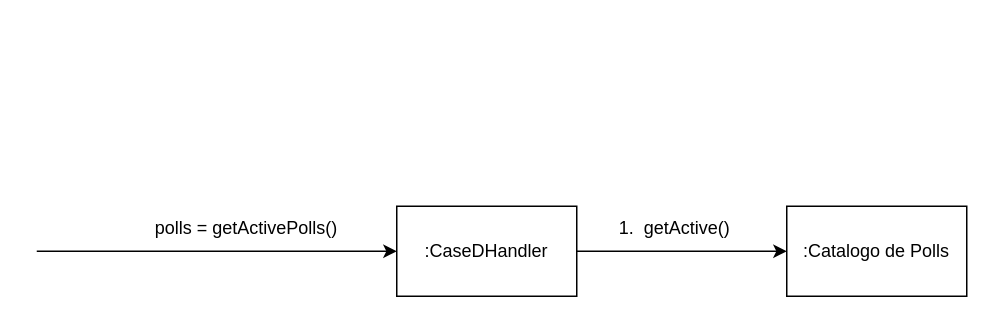
thiagottvd/democracia2 keeps this draw.io diagram as page "Page-1" (1 of 8) of docs/IDs.drawio. Above is the earlier version. Source tidied: cells renumbered, new cells numbered last; positions are measured from the earlier drawing's top-left corner, leaving out a move shared by most shapes. Both pictures are drawn from the tidied source at 150%, with x=0, y=0 at pixel (36, 206).
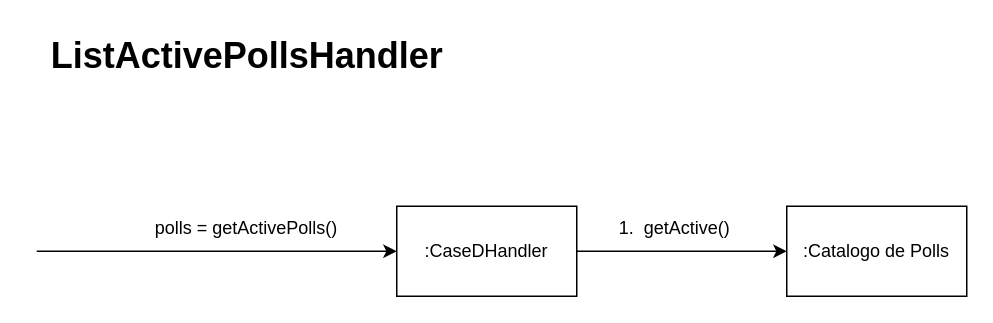
The same diagram, later.

What changed in the source:
```diff
@@
 <mxGraphModel>
   <root>
     <mxCell id="0" />
     <mxCell id="1" parent="0" />
     <mxCell id="2" style="edgeStyle=orthogonalEdgeStyle;rounded=0;jettySize=auto;html=1;endArrow=none;endFill=0;startArrow=classic;startFill=1;" parent="1" edge="1" source="4">
       <mxGeometry relative="1" as="geometry">
         <mxPoint y="30" as="targetPoint" />
       </mxGeometry>
     </mxCell>
     <mxCell id="3" style="edgeStyle=orthogonalEdgeStyle;rounded=0;jettySize=auto;html=1;entryX=0;entryY=0.5;entryDx=0;entryDy=0;" parent="1" edge="1" source="4" target="6">
       <mxGeometry relative="1" as="geometry" />
     </mxCell>
     <mxCell id="4" value=":CaseDHandler" style="rounded=0;whiteSpace=wrap;html=1;" parent="1" vertex="1">
       <mxGeometry x="240" width="120" height="60" as="geometry" />
     </mxCell>
     <mxCell id="5" value="polls = getActivePolls()" style="text;html=1;strokeColor=none;fillColor=none;align=center;verticalAlign=middle;whiteSpace=wrap;rounded=0;" parent="1" vertex="1">
       <mxGeometry x="40" width="200" height="30" as="geometry" />
     </mxCell>
     <mxCell id="6" value=":Catalogo de Polls" style="whiteSpace=wrap;html=1;" parent="1" vertex="1">
       <mxGeometry x="500" width="120" height="60" as="geometry" />
     </mxCell>
     <mxCell id="7" value="1.&amp;nbsp; getActive()" style="text;html=1;align=center;verticalAlign=middle;strokeColor=none;fillColor=none;" parent="1" vertex="1">
       <mxGeometry x="375" width="100" height="30" as="geometry" />
     </mxCell>
+    <mxCell id="8" value="&lt;font style=&quot;font-size: 24px;&quot;&gt;&lt;b&gt;ListActivePollsHandler&lt;/b&gt;&lt;/font&gt;" style="text;html=1;align=center;verticalAlign=middle;strokeColor=none;fillColor=none;" parent="1" vertex="1">
+      <mxGeometry y="-120" width="280" height="40" as="geometry" />
+    </mxCell>
   </root>
 </mxGraphModel>
```
